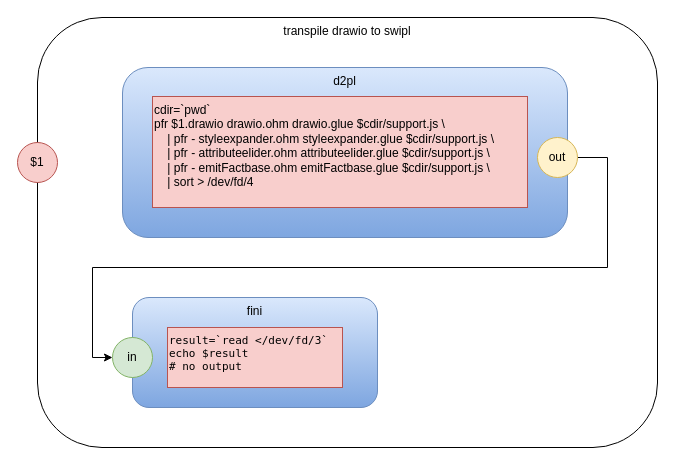
This is transpile_drawio_to_swipl.drawio from guitarvydas/vsh, a draw.io file, before an edit. Source tidied: cells renumbered, new cells numbered last; positions are measured from the earlier drawing's top-left corner, leaving out a move shared by most shapes. Both pictures are drawn from the tidied source at 100%, with x=0, y=0 at pixel (17, 17).
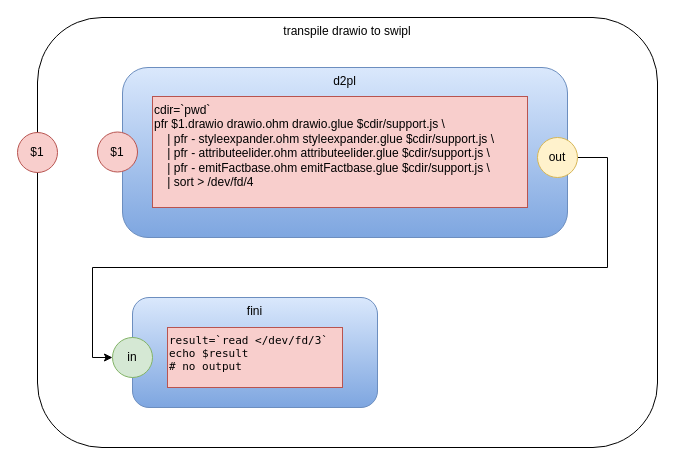
The same diagram, later.

The edit, as a diff of the source:
```diff
@@
 <mxGraphModel>
   <root>
     <mxCell id="0" />
     <mxCell id="1" parent="0" />
     <mxCell id="2" value="transpile drawio to swipl" style="rounded=1;whiteSpace=wrap;html=1;verticalAlign=top;" parent="1" vertex="1">
       <mxGeometry x="20" width="620" height="430" as="geometry" />
     </mxCell>
     <mxCell id="3" value="d2pl" style="rounded=1;whiteSpace=wrap;html=1;gradientColor=#7ea6e0;fillColor=#dae8fc;strokeColor=#6c8ebf;verticalAlign=top;" parent="1" vertex="1">
       <mxGeometry x="105" y="50" width="445" height="170" as="geometry" />
     </mxCell>
     <mxCell id="4" value="&lt;div&gt;&lt;div&gt;cdir=`pwd`&lt;/div&gt;&lt;div&gt;pfr $1.drawio drawio.ohm drawio.glue $cdir/support.js \&lt;/div&gt;&lt;div&gt;&amp;nbsp; &amp;nbsp; | pfr - styleexpander.ohm styleexpander.glue $cdir/support.js \&lt;/div&gt;&lt;div&gt;&amp;nbsp; &amp;nbsp; | pfr - attributeelider.ohm attributeelider.glue $cdir/support.js \&lt;/div&gt;&lt;div&gt;&amp;nbsp; &amp;nbsp; | pfr - emitFactbase.ohm emitFactbase.glue $cdir/support.js \&lt;/div&gt;&lt;div&gt;&amp;nbsp; &amp;nbsp; | sort &amp;gt; /dev/fd/4&lt;/div&gt;&lt;/div&gt;" style="rounded=0;whiteSpace=wrap;html=1;fillColor=#f8cecc;strokeColor=#b85450;align=left;verticalAlign=top;" parent="1" vertex="1">
       <mxGeometry x="135" y="79" width="375" height="111" as="geometry" />
     </mxCell>
     <mxCell id="5" style="edgeStyle=orthogonalEdgeStyle;rounded=0;jettySize=auto;html=1;entryX=0;entryY=0.5;entryDx=0;entryDy=0;" parent="1" edge="1" source="6" target="8">
       <mxGeometry relative="1" as="geometry">
         <Array as="points">
           <mxPoint x="590" y="140" />
           <mxPoint x="590" y="250" />
           <mxPoint x="75" y="250" />
           <mxPoint x="75" y="340" />
         </Array>
       </mxGeometry>
     </mxCell>
     <mxCell id="6" value="out" style="ellipse;whiteSpace=wrap;html=1;fillColor=#fff2cc;strokeColor=#d6b656;" parent="1" vertex="1">
       <mxGeometry x="520" y="120" width="40" height="40" as="geometry" />
     </mxCell>
     <mxCell id="7" value="fini" style="rounded=1;whiteSpace=wrap;html=1;gradientColor=#7ea6e0;fillColor=#dae8fc;strokeColor=#6c8ebf;verticalAlign=top;" parent="1" vertex="1">
       <mxGeometry x="115" y="280" width="245" height="110" as="geometry" />
     </mxCell>
     <mxCell id="8" value="in" style="ellipse;whiteSpace=wrap;html=1;fillColor=#d5e8d4;strokeColor=#82b366;" parent="1" vertex="1">
       <mxGeometry x="95" y="320" width="40" height="40" as="geometry" />
     </mxCell>
     <mxCell id="9" value="&lt;p class=&quot;p1&quot; style=&quot;margin: 0px ; font-stretch: normal ; font-size: 11px ; line-height: normal ; font-family: &amp;#34;menlo&amp;#34;&quot;&gt;&lt;span class=&quot;s1&quot;&gt;result=`read &amp;lt;/dev/fd/3`&lt;/span&gt;&lt;/p&gt;&lt;p class=&quot;p1&quot; style=&quot;margin: 0px ; font-stretch: normal ; font-size: 11px ; line-height: normal ; font-family: &amp;#34;menlo&amp;#34;&quot;&gt;&lt;span class=&quot;s1&quot;&gt;echo $result&lt;/span&gt;&lt;/p&gt;&lt;p class=&quot;p1&quot; style=&quot;margin: 0px ; font-stretch: normal ; font-size: 11px ; line-height: normal ; font-family: &amp;#34;menlo&amp;#34;&quot;&gt;&lt;span class=&quot;s1&quot;&gt;# no output&lt;/span&gt;&lt;/p&gt;&lt;p class=&quot;p1&quot; style=&quot;margin: 0px ; font-stretch: normal ; font-size: 11px ; line-height: normal ; font-family: &amp;#34;menlo&amp;#34;&quot;&gt;&lt;br&gt;&lt;/p&gt;" style="rounded=0;whiteSpace=wrap;html=1;fillColor=#f8cecc;strokeColor=#b85450;align=left;verticalAlign=top;" parent="1" vertex="1">
       <mxGeometry x="150" y="310" width="175" height="60" as="geometry" />
     </mxCell>
     <mxCell id="10" value="$1" style="ellipse;whiteSpace=wrap;html=1;fillColor=#f8cecc;strokeColor=#b85450;" parent="1" vertex="1">
-      <mxGeometry y="125" width="40" height="40" as="geometry" />
+      <mxGeometry y="115" width="40" height="40" as="geometry" />
     </mxCell>
+    <mxCell id="11" value="$1" style="ellipse;whiteSpace=wrap;html=1;fillColor=#f8cecc;strokeColor=#b85450;" parent="1" vertex="1">
+      <mxGeometry x="80" y="114.5" width="40" height="40" as="geometry" />
+    </mxCell>
   </root>
 </mxGraphModel>
```
